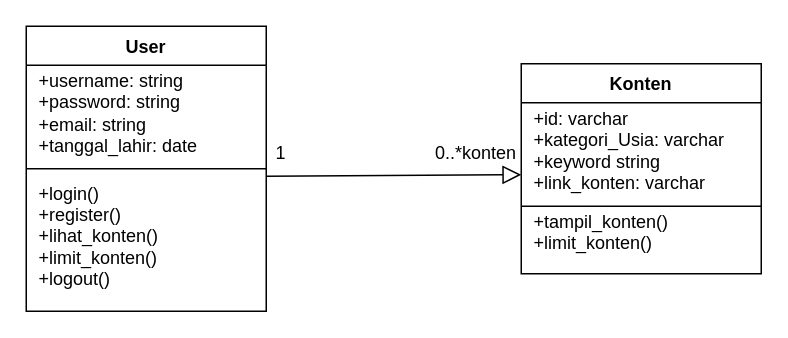
Above: Class Diagram.drawio in abdraiin/Sistem-Rekomendasi-Konten (draw.io), before the change. Source tidied: cells renumbered, new cells numbered last; positions are measured from the earlier drawing's top-left corner, leaving out a move shared by most shapes. Both pictures are drawn from the tidied source at 150%, with x=0, y=0 at pixel (26, 26).
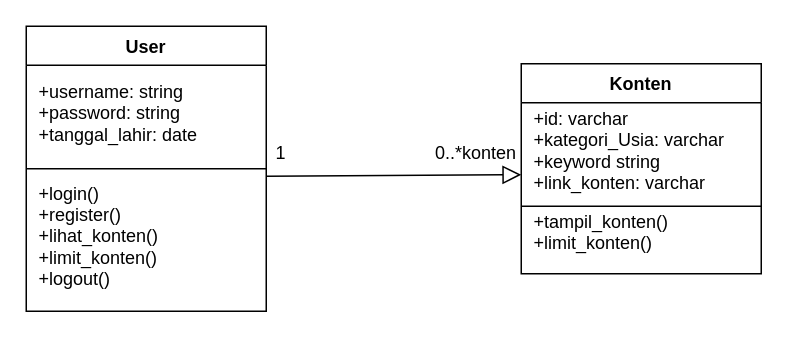
Above is the later version.

Change to the diagram source:
```diff
@@
 <mxGraphModel>
   <root>
     <mxCell id="0" />
     <mxCell id="1" parent="0" />
     <mxCell id="2" value="User" style="swimlane;fontStyle=1;align=center;verticalAlign=top;horizontal=1;startSize=26;rounded=0;shadow=0;strokeWidth=1;" parent="1" vertex="1">
       <mxGeometry width="160" height="190" as="geometry" />
     </mxCell>
-    <mxCell id="3" value="&amp;nbsp; +username: string&lt;div&gt;&amp;nbsp; +password: string&lt;/div&gt;&lt;div&gt;&amp;nbsp; +email: string&lt;/div&gt;&lt;div&gt;&amp;nbsp; +tanggal_lahir: date&lt;/div&gt;" style="text;html=1;whiteSpace=wrap;strokeColor=none;fillColor=none;align=left;verticalAlign=middle;rounded=0;" parent="2" vertex="1">
+    <mxCell id="3" value="&amp;nbsp; +username: string&lt;div&gt;&amp;nbsp; +password: string&lt;/div&gt;&lt;div&gt;&lt;span style=&quot;background-color: transparent; color: light-dark(rgb(0, 0, 0), rgb(255, 255, 255));&quot;&gt;&amp;nbsp; +tanggal_lahir: date&lt;/span&gt;&lt;/div&gt;" style="text;html=1;whiteSpace=wrap;strokeColor=none;fillColor=none;align=left;verticalAlign=middle;rounded=0;" parent="2" vertex="1">
       <mxGeometry y="26" width="160" height="64" as="geometry" />
     </mxCell>
     <mxCell id="4" style="line;html=1;strokeWidth=1;align=left;verticalAlign=middle;spacingTop=-1;spacingLeft=3;spacingRight=3;labelPosition=right;" parent="2" vertex="1">
       <mxGeometry y="90" width="160" height="10" as="geometry" />
     </mxCell>
     <mxCell id="5" value="&amp;nbsp; +login()&lt;div&gt;&amp;nbsp; +register()&lt;/div&gt;&lt;div&gt;&amp;nbsp; +lihat_konten()&lt;/div&gt;&lt;div&gt;&amp;nbsp; +limit_konten()&lt;/div&gt;&lt;div&gt;&amp;nbsp; +logout()&lt;/div&gt;" style="text;html=1;whiteSpace=wrap;strokeColor=none;fillColor=none;align=left;verticalAlign=middle;rounded=0;" parent="2" vertex="1">
       <mxGeometry y="100" width="160" height="80" as="geometry" />
     </mxCell>
     <mxCell id="6" value="Konten" style="swimlane;fontStyle=1;align=center;verticalAlign=top;horizontal=1;startSize=26;rounded=0;shadow=0;strokeWidth=1;" parent="1" vertex="1">
       <mxGeometry x="330" y="25" width="160" height="140" as="geometry" />
     </mxCell>
     <mxCell id="7" value="&amp;nbsp; +id: varchar&lt;div&gt;&amp;nbsp; +kategori_Usia: varchar&lt;/div&gt;&lt;div&gt;&amp;nbsp; +keyword string&lt;/div&gt;&lt;div&gt;&amp;nbsp; +link_konten: varchar&lt;/div&gt;" style="text;html=1;whiteSpace=wrap;strokeColor=none;fillColor=none;align=left;verticalAlign=middle;rounded=0;" parent="6" vertex="1">
       <mxGeometry y="26" width="160" height="64" as="geometry" />
     </mxCell>
     <mxCell id="8" style="line;html=1;strokeWidth=1;align=left;verticalAlign=middle;spacingTop=-1;spacingLeft=3;spacingRight=3;labelPosition=right;" parent="6" vertex="1">
       <mxGeometry y="90" width="160" height="10" as="geometry" />
     </mxCell>
     <mxCell id="9" value="&amp;nbsp; +tampil_konten()&lt;div&gt;&amp;nbsp; +limit_konten()&lt;/div&gt;&lt;div&gt;&lt;br&gt;&lt;/div&gt;" style="text;html=1;whiteSpace=wrap;strokeColor=none;fillColor=none;align=left;verticalAlign=middle;rounded=0;" parent="6" vertex="1">
       <mxGeometry y="100" width="160" height="40" as="geometry" />
     </mxCell>
     <mxCell id="10" style="endArrow=block;endSize=10;endFill=0;shadow=0;strokeWidth=1;rounded=0;elbow=vertical;exitX=1;exitY=0;exitDx=0;exitDy=0;entryX=0;entryY=0.75;entryDx=0;entryDy=0;" parent="1" edge="1" source="5" target="7">
       <mxGeometry relative="1" as="geometry" />
     </mxCell>
     <mxCell id="11" value="1" style="text;html=1;whiteSpace=wrap;strokeColor=none;fillColor=none;align=center;verticalAlign=middle;rounded=0;" parent="1" vertex="1">
       <mxGeometry x="140" y="70" width="60" height="30" as="geometry" />
     </mxCell>
     <mxCell id="12" value="0..*konten" style="text;html=1;whiteSpace=wrap;strokeColor=none;fillColor=none;align=center;verticalAlign=middle;rounded=0;" parent="1" vertex="1">
       <mxGeometry x="270" y="70" width="60" height="30" as="geometry" />
     </mxCell>
   </root>
 </mxGraphModel>
```
